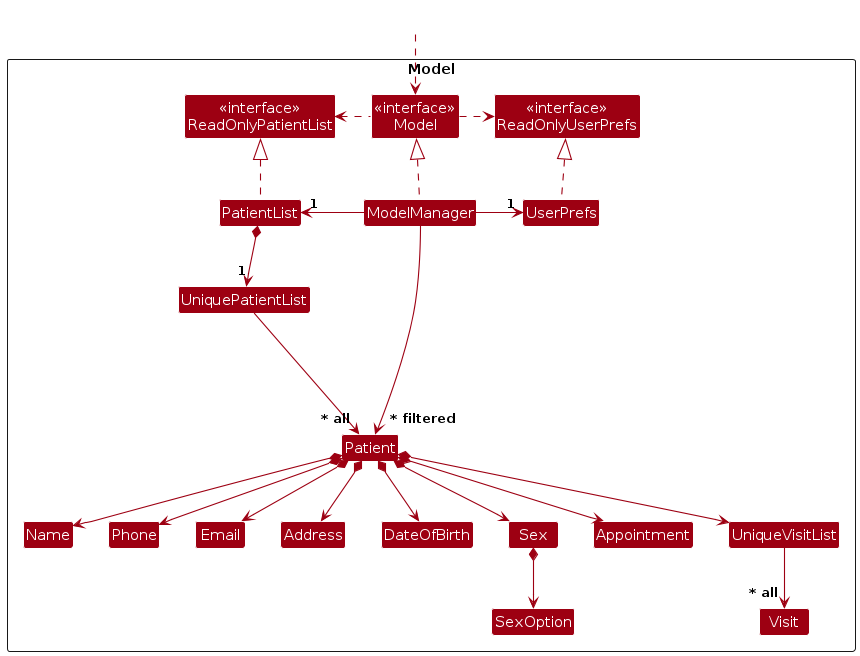
AY2324S2-CS2103T-T14-2/tp keeps this PlantUML diagram as diagrams/ModelClassDiagram.png. Above is the earlier version. Its source is kept beside it as diagrams/ModelClassDiagram.puml.
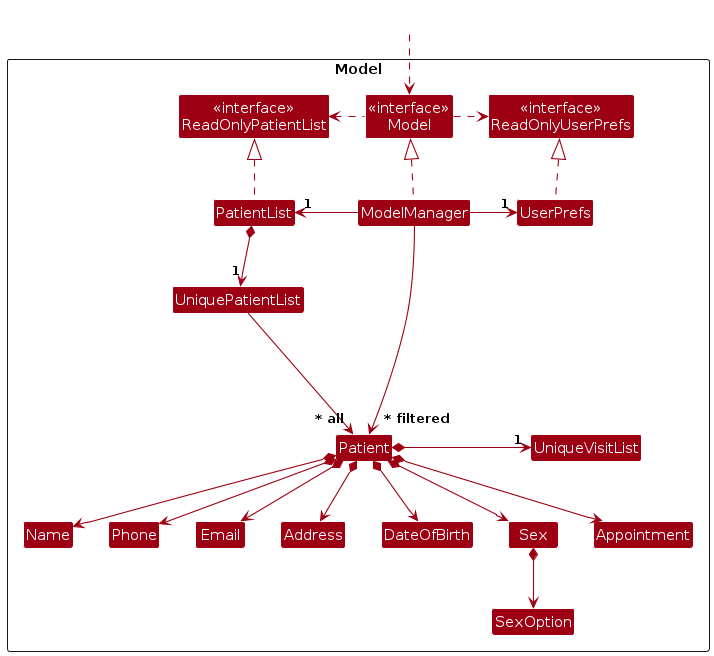
After the change.

Diff of the diagram source:
```diff
@@ -23,7 +23,7 @@
 Class Appointment
 Class UniqueVisitList
 Class SexOption
-Class Visit
+
 
 Class I #FFFFFF
 }
@@ -49,10 +49,9 @@
 Patient *--> DateOfBirth
 Patient *--> Sex
 Patient *--> Appointment
-Patient *--> UniqueVisitList
 
+Patient *-right-> "1"UniqueVisitList
 Sex *--> SexOption
-UniqueVisitList --> "~* all" Visit
 
 Patient -[hidden]up--> I
 UniquePatientList -[hidden]right-> I
@@ -62,6 +61,9 @@
 Email -[hidden]right-> Address
 Address -[hidden]right-> DateOfBirth
 DateOfBirth -[hidden]right-> Sex
+Sex -[hidden]right-> Appointment
+Appointment -[hidden]up-> UniqueVisitList
+
 
 ModelManager --> "~* filtered" Patient
 @enduml
```
